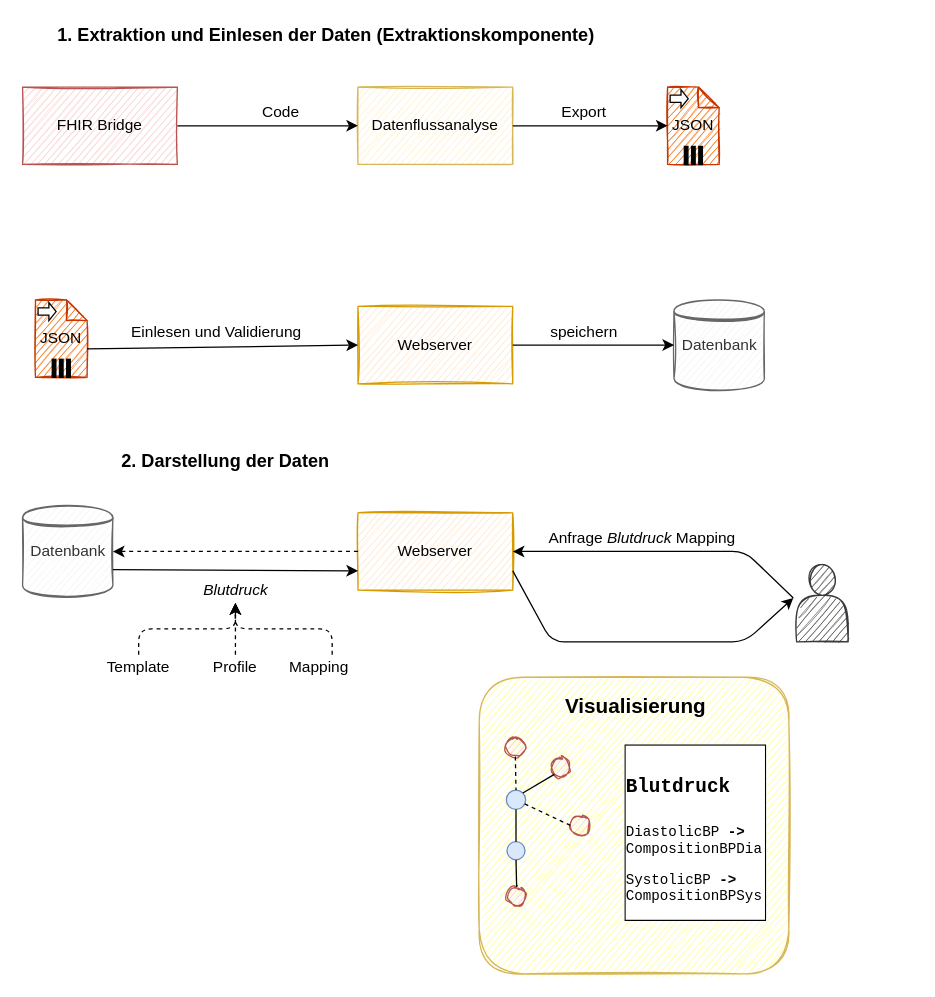
This is MaKonzept.drawio from jsachau/drawio, a draw.io file, before an edit. Source tidied: cells renumbered, new cells numbered last; positions are measured from the earlier drawing's top-left corner, leaving out a move shared by most shapes. Both pictures are drawn from the tidied source at 129%, with x=0, y=0 at pixel (22, 22).
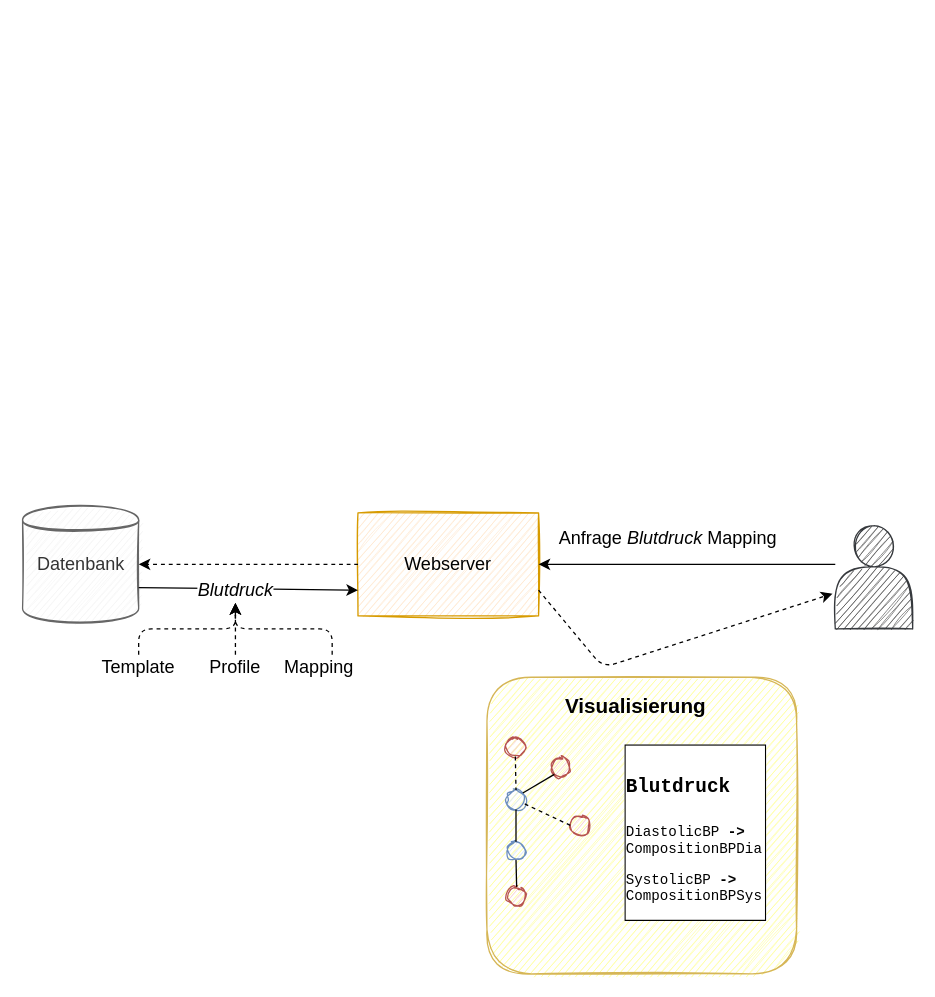
Above is the later version.

The edit, as a diff of the source:
```diff
@@
-    <mxCell id="2" style="edgeStyle=segmentEdgeStyle;endArrow=classic;html=1;dashed=1;" parent="1" edge="1" source="48" target="29">
+    <mxCell id="2" style="edgeStyle=segmentEdgeStyle;endArrow=classic;html=1;dashed=1;fontSize=14;" parent="1" edge="1" source="48" target="29">
       <mxGeometry relative="1" as="geometry">
         <Array as="points">
           <mxPoint x="240" y="470" />
           <mxPoint x="165" y="470" />
         </Array>
       </mxGeometry>
     </mxCell>
-    <mxCell id="3" value="FHIR Bridge" style="rounded=0;whiteSpace=wrap;html=1;fillColor=#f8cecc;strokeColor=#b85450;sketch=1;" parent="1" vertex="1">
-      <mxGeometry y="50" width="120" height="60" as="geometry" />
-    </mxCell>
-    <mxCell id="4" value="Datenflussanalyse" style="rounded=0;whiteSpace=wrap;html=1;fillColor=#fff2cc;strokeColor=#d6b656;sketch=1;" parent="1" vertex="1">
-      <mxGeometry x="260" y="50" width="120" height="60" as="geometry" />
-    </mxCell>
-    <mxCell id="5" value="&lt;font color=&quot;#000000&quot;&gt;JSON&lt;/font&gt;" style="shape=note;whiteSpace=wrap;size=16;html=1;fillColor=#fa6800;strokeColor=#C73500;fontColor=#ffffff;sketch=1;" parent="1" vertex="1">
-      <mxGeometry x="500" y="50" width="40" height="60" as="geometry" />
-    </mxCell>
-    <mxCell id="6" style="html=1;shape=singleArrow;arrowWidth=0.4;arrowSize=0.4;" parent="5" vertex="1">
-      <mxGeometry width="14" height="14" relative="1" as="geometry">
-        <mxPoint x="2" y="2" as="offset" />
-      </mxGeometry>
-    </mxCell>
-    <mxCell id="7" style="html=1;whiteSpace=wrap;shape=parallelMarker;" parent="5" vertex="1">
-      <mxGeometry x="0.5" y="1" width="14" height="14" relative="1" as="geometry">
-        <mxPoint x="-7" y="-14" as="offset" />
-      </mxGeometry>
-    </mxCell>
     <mxCell id="8" style="shape=datastore;whiteSpace=wrap;html=1;fillColor=#f5f5f5;strokeColor=#666666;fontColor=#333333;sketch=1;" parent="1" vertex="1">
-      <mxGeometry y="375" width="70" height="70" as="geometry" />
+      <mxGeometry y="375" width="90" height="90" as="geometry" />
     </mxCell>
-    <mxCell id="9" value="Webserver" style="rounded=0;whiteSpace=wrap;html=1;fillColor=#ffe6cc;strokeColor=#d79b00;sketch=1;shadow=0;glass=0;" parent="1" vertex="1">
-      <mxGeometry x="260" y="380" width="120" height="60" as="geometry" />
+    <mxCell id="9" value="Webserver" style="rounded=0;whiteSpace=wrap;html=1;fillColor=#ffe6cc;strokeColor=#d79b00;sketch=1;shadow=0;glass=0;fontSize=14;" parent="1" vertex="1">
+      <mxGeometry x="260" y="380" width="140" height="80" as="geometry" />
     </mxCell>
-    <mxCell id="10" value="&lt;font color=&quot;#000000&quot;&gt;JSON&lt;/font&gt;" style="shape=note;whiteSpace=wrap;size=16;html=1;fillColor=#fa6800;strokeColor=#C73500;fontColor=#ffffff;sketch=1;" parent="1" vertex="1">
-      <mxGeometry x="10" y="215" width="40" height="60" as="geometry" />
-    </mxCell>
-    <mxCell id="11" style="html=1;shape=singleArrow;arrowWidth=0.4;arrowSize=0.4;" parent="10" vertex="1">
-      <mxGeometry width="14" height="14" relative="1" as="geometry">
-        <mxPoint x="2" y="2" as="offset" />
-      </mxGeometry>
-    </mxCell>
-    <mxCell id="12" style="html=1;whiteSpace=wrap;shape=parallelMarker;" parent="10" vertex="1">
-      <mxGeometry x="0.5" y="1" width="14" height="14" relative="1" as="geometry">
-        <mxPoint x="-7" y="-14" as="offset" />
-      </mxGeometry>
-    </mxCell>
-    <mxCell id="13" value="Webserver" style="rounded=0;whiteSpace=wrap;html=1;fillColor=#ffe6cc;strokeColor=#d79b00;sketch=1;" parent="1" vertex="1">
-      <mxGeometry x="260" y="220" width="120" height="60" as="geometry" />
-    </mxCell>
-    <mxCell id="14" style="shape=datastore;whiteSpace=wrap;html=1;fillColor=#f5f5f5;strokeColor=#666666;fontColor=#333333;sketch=1;" parent="1" vertex="1">
-      <mxGeometry x="505" y="215" width="70" height="70" as="geometry" />
-    </mxCell>
-    <mxCell id="15" style="endArrow=classic;html=1;exitX=1;exitY=0.5;exitDx=0;exitDy=0;entryX=0;entryY=0.5;entryDx=0;entryDy=0;" parent="1" edge="1" source="3" target="4">
-      <mxGeometry relative="1" as="geometry" />
-    </mxCell>
-    <mxCell id="16" style="endArrow=classic;html=1;exitX=1;exitY=0.5;exitDx=0;exitDy=0;entryX=0;entryY=0.5;entryDx=0;entryDy=0;entryPerimeter=0;" parent="1" edge="1" source="4" target="5">
-      <mxGeometry relative="1" as="geometry" />
-    </mxCell>
-    <mxCell id="17" style="endArrow=classic;html=1;entryX=0;entryY=0.5;entryDx=0;entryDy=0;exitX=0;exitY=0;exitDx=40;exitDy=38;exitPerimeter=0;" parent="1" edge="1" source="10" target="13">
-      <mxGeometry relative="1" as="geometry" />
-    </mxCell>
-    <mxCell id="18" style="endArrow=classic;html=1;exitX=1;exitY=0.5;exitDx=0;exitDy=0;entryX=0;entryY=0.5;entryDx=0;entryDy=0;" parent="1" edge="1" source="13" target="14">
-      <mxGeometry relative="1" as="geometry" />
-    </mxCell>
-    <mxCell id="19" style="endArrow=classic;html=1;exitX=0.25;exitY=0.1;exitDx=0;exitDy=0;exitPerimeter=0;entryX=1;entryY=0.5;entryDx=0;entryDy=0;" parent="1" edge="1" target="9">
-      <mxGeometry relative="1" as="geometry">
-        <mxPoint x="597.5" y="446" as="sourcePoint" />
-        <Array as="points">
-          <mxPoint x="560" y="410" />
-        </Array>
-      </mxGeometry>
-    </mxCell>
-    <mxCell id="20" value="Anfrage &lt;i&gt;Blutdruck&lt;/i&gt; Mapping" style="text;html=1;align=center;verticalAlign=middle;" parent="1" vertex="1">
-      <mxGeometry x="400" y="390" width="160" height="20" as="geometry" />
+    <mxCell id="20" value="Anfrage &lt;i style=&quot;font-size: 14px;&quot;&gt;Blutdruck&lt;/i&gt; Mapping" style="text;html=1;align=center;verticalAlign=middle;fontSize=14;" parent="1" vertex="1">
+      <mxGeometry x="410" y="390" width="180" height="20" as="geometry" />
     </mxCell>
-    <mxCell id="21" style="endArrow=classic;html=1;exitX=0;exitY=0.5;exitDx=0;exitDy=0;entryX=1;entryY=0.5;entryDx=0;entryDy=0;dashed=1;startArrow=none;startFill=0;endFill=1;edgeStyle=orthogonalEdgeStyle;curved=1;" parent="1" edge="1" source="9" target="8">
+    <mxCell id="21" style="endArrow=classic;html=1;exitX=0;exitY=0.5;exitDx=0;exitDy=0;entryX=1;entryY=0.5;entryDx=0;entryDy=0;dashed=1;startArrow=none;startFill=0;endFill=1;edgeStyle=orthogonalEdgeStyle;curved=1;fontSize=14;" parent="1" edge="1" source="9" target="8">
       <mxGeometry relative="1" as="geometry">
         <Array as="points">
-          <mxPoint x="120" y="410" />
-          <mxPoint x="120" y="410" />
+          <mxPoint x="190" y="420" />
+          <mxPoint x="190" y="420" />
         </Array>
       </mxGeometry>
     </mxCell>
-    <mxCell id="22" style="endArrow=classic;html=1;exitX=1;exitY=0.7;exitDx=0;exitDy=0;entryX=0;entryY=0.75;entryDx=0;entryDy=0;" parent="1" edge="1" source="8" target="9">
+    <mxCell id="22" style="endArrow=classic;html=1;exitX=1;exitY=0.7;exitDx=0;exitDy=0;entryX=0;entryY=0.75;entryDx=0;entryDy=0;fontSize=14;" parent="1" edge="1" source="8" target="9">
       <mxGeometry relative="1" as="geometry" />
     </mxCell>
-    <mxCell id="23" style="endArrow=classic;html=1;exitX=1;exitY=0.75;exitDx=0;exitDy=0;entryX=0.25;entryY=0.1;entryDx=0;entryDy=0;entryPerimeter=0;" parent="1" edge="1" source="9">
-      <mxGeometry relative="1" as="geometry">
-        <mxPoint x="597.5" y="446" as="targetPoint" />
-        <Array as="points">
-          <mxPoint x="410" y="480" />
-          <mxPoint x="560" y="480" />
-        </Array>
-      </mxGeometry>
-    </mxCell>
-    <mxCell id="24" value="&lt;b&gt;&lt;font style=&quot;font-size: 14px&quot;&gt;1. Extraktion und Einlesen der Daten (Extraktionskomponente)&lt;/font&gt;&lt;/b&gt;" style="text;html=1;align=center;verticalAlign=middle;" parent="1" vertex="1">
-      <mxGeometry x="20" width="430" height="20" as="geometry" />
-    </mxCell>
-    <mxCell id="25" value="&lt;b&gt;&lt;font style=&quot;font-size: 14px&quot;&gt;2. Darstellung der Daten&lt;/font&gt;&lt;/b&gt;" style="text;html=1;align=left;verticalAlign=middle;" parent="1" vertex="1">
-      <mxGeometry x="75" y="330" width="180" height="20" as="geometry" />
-    </mxCell>
-    <mxCell id="26" value="Code" style="text;html=1;align=center;verticalAlign=middle;" parent="1" vertex="1">
-      <mxGeometry x="180" y="60" width="40" height="20" as="geometry" />
-    </mxCell>
-    <mxCell id="27" value="Einlesen und Validierung" style="text;html=1;align=center;verticalAlign=middle;" parent="1" vertex="1">
-      <mxGeometry x="75" y="230" width="150" height="20" as="geometry" />
-    </mxCell>
-    <mxCell id="28" value="speichern" style="text;html=1;align=center;verticalAlign=middle;" parent="1" vertex="1">
-      <mxGeometry x="400" y="230" width="70" height="20" as="geometry" />
-    </mxCell>
-    <mxCell id="29" value="&lt;i&gt;&lt;span style=&quot;&quot;&gt;Blutdruck&lt;/span&gt;&lt;br&gt;&lt;/i&gt;" style="text;html=1;align=center;verticalAlign=middle;points=[];labelBackgroundColor=#ffffff;" parent="1" vertex="1">
+    <mxCell id="29" value="&lt;i style=&quot;font-size: 14px;&quot;&gt;&lt;span style=&quot;font-size: 14px;&quot;&gt;Blutdruck&lt;/span&gt;&lt;br style=&quot;font-size: 14px;&quot;&gt;&lt;/i&gt;" style="text;html=1;align=center;verticalAlign=middle;points=[];labelBackgroundColor=#ffffff;fontSize=14;" parent="1" vertex="1">
       <mxGeometry x="130" y="430" width="70" height="20" as="geometry" />
     </mxCell>
-    <mxCell id="30" style="shape=actor;whiteSpace=wrap;html=1;rounded=0;shadow=0;glass=0;sketch=1;strokeColor=#36393d;fillColor=#4D4D4D;" parent="1" vertex="1">
-      <mxGeometry x="600" y="420" width="40" height="60" as="geometry" />
+    <mxCell id="30" style="shape=actor;whiteSpace=wrap;html=1;rounded=0;shadow=0;glass=0;sketch=1;strokeColor=#36393d;fillColor=#4D4D4D;fontSize=14;" parent="1" vertex="1">
+      <mxGeometry x="630" y="390" width="60" height="80" as="geometry" />
     </mxCell>
-    <mxCell id="31" value="Export" style="text;html=1;align=center;verticalAlign=middle;" parent="1" vertex="1">
-      <mxGeometry x="410" y="60" width="50" height="20" as="geometry" />
-    </mxCell>
     <mxCell id="32" style="rounded=1;whiteSpace=wrap;html=1;strokeColor=#d6b656;fillColor=#FFFF99;sketch=1;" parent="1" vertex="1">
-      <mxGeometry x="354" y="507.5" width="240" height="230" as="geometry" />
+      <mxGeometry x="360" y="507.5" width="240" height="230" as="geometry" />
     </mxCell>
@@
-    <mxCell id="37" style="ellipse;whiteSpace=wrap;html=1;fillColor=#dae8fc;strokeColor=#6c8ebf;" parent="1" vertex="1">
+    <mxCell id="37" style="ellipse;whiteSpace=wrap;html=1;fillColor=#dae8fc;strokeColor=#6c8ebf;sketch=1;" parent="1" vertex="1">
       <mxGeometry x="375" y="595" width="15" height="15" as="geometry" />
     </mxCell>
-    <mxCell id="38" style="ellipse;whiteSpace=wrap;html=1;fillColor=#dae8fc;strokeColor=#6c8ebf;" parent="1" vertex="1">
+    <mxCell id="38" style="ellipse;whiteSpace=wrap;html=1;fillColor=#dae8fc;strokeColor=#6c8ebf;sketch=1;" parent="1" vertex="1">
       <mxGeometry x="375.5" y="635" width="14" height="14" as="geometry" />
     </mxCell>
@@
-    <mxCell id="45" value="Template" style="text;html=1;strokeColor=none;fillColor=none;align=center;verticalAlign=middle;whiteSpace=wrap;rounded=0;" parent="1" vertex="1">
+    <mxCell id="45" value="Template" style="text;html=1;strokeColor=none;fillColor=none;align=center;verticalAlign=middle;whiteSpace=wrap;rounded=0;fontSize=14;" parent="1" vertex="1">
       <mxGeometry x="70" y="490" width="40" height="20" as="geometry" />
     </mxCell>
-    <mxCell id="46" style="edgeStyle=orthogonalEdgeStyle;rounded=0;jettySize=auto;html=1;dashed=1;" parent="1" edge="1" source="47" target="29">
+    <mxCell id="46" style="edgeStyle=orthogonalEdgeStyle;rounded=0;jettySize=auto;html=1;dashed=1;fontSize=14;" parent="1" edge="1" source="47" target="29">
       <mxGeometry relative="1" as="geometry" />
     </mxCell>
-    <mxCell id="47" value="Profile" style="text;html=1;strokeColor=none;fillColor=none;align=center;verticalAlign=middle;whiteSpace=wrap;rounded=0;" parent="1" vertex="1">
+    <mxCell id="47" value="Profile" style="text;html=1;strokeColor=none;fillColor=none;align=center;verticalAlign=middle;whiteSpace=wrap;rounded=0;fontSize=14;" parent="1" vertex="1">
       <mxGeometry x="145" y="490" width="40" height="20" as="geometry" />
     </mxCell>
-    <mxCell id="48" value="Mapping" style="text;html=1;strokeColor=none;fillColor=none;align=center;verticalAlign=middle;whiteSpace=wrap;rounded=0;" parent="1" vertex="1">
+    <mxCell id="48" value="Mapping" style="text;html=1;strokeColor=none;fillColor=none;align=center;verticalAlign=middle;whiteSpace=wrap;rounded=0;fontSize=14;" parent="1" vertex="1">
       <mxGeometry x="210" y="490" width="40" height="20" as="geometry" />
     </mxCell>
-    <mxCell id="49" value="&lt;span style=&quot;color: rgb(51 , 51 , 51)&quot;&gt;Datenbank&lt;/span&gt;" style="text;html=1;align=center;verticalAlign=middle;" parent="1" vertex="1">
-      <mxGeometry x="505" y="240" width="70" height="20" as="geometry" />
-    </mxCell>
-    <mxCell id="50" value="&lt;span style=&quot;color: rgb(51 , 51 , 51)&quot;&gt;Datenbank&lt;/span&gt;" style="text;html=1;align=center;verticalAlign=middle;" parent="1" vertex="1">
-      <mxGeometry y="400" width="70" height="20" as="geometry" />
+    <mxCell id="50" value="&lt;span style=&quot;color: rgb(51, 51, 51); font-size: 14px;&quot;&gt;Datenbank&lt;/span&gt;" style="text;html=1;align=center;verticalAlign=middle;fontSize=14;" parent="1" vertex="1">
+      <mxGeometry x="5" y="410" width="80" height="20" as="geometry" />
     </mxCell>
-    <mxCell id="51" style="edgeStyle=segmentEdgeStyle;endArrow=classic;html=1;dashed=1;exitX=0.5;exitY=0;exitDx=0;exitDy=0;" parent="1" edge="1" source="45" target="29">
+    <mxCell id="51" style="edgeStyle=segmentEdgeStyle;endArrow=classic;html=1;dashed=1;exitX=0.5;exitY=0;exitDx=0;exitDy=0;fontSize=14;" parent="1" edge="1" source="45" target="29">
       <mxGeometry relative="1" as="geometry">
         <Array as="points">
           <mxPoint x="90" y="470" />
           <mxPoint x="165" y="470" />
         </Array>
       </mxGeometry>
     </mxCell>
@@
+    <mxCell id="53" style="endArrow=classic;html=1;dashed=1;fontFamily=Courier New;fontSize=14;exitX=1;exitY=0.75;exitDx=0;exitDy=0;entryX=-0.035;entryY=0.659;entryDx=0;entryDy=0;entryPerimeter=0;" parent="1" edge="1" source="9" target="30">
+      <mxGeometry relative="1" as="geometry">
+        <Array as="points">
+          <mxPoint x="450" y="500" />
+        </Array>
+      </mxGeometry>
+    </mxCell>
+    <mxCell id="54" style="endArrow=classic;html=1;fontFamily=Courier New;fontSize=14;entryX=1;entryY=0.5;entryDx=0;entryDy=0;" parent="1" edge="1" target="9">
+      <mxGeometry relative="1" as="geometry">
+        <mxPoint x="630" y="420" as="sourcePoint" />
+      </mxGeometry>
+    </mxCell>
```
